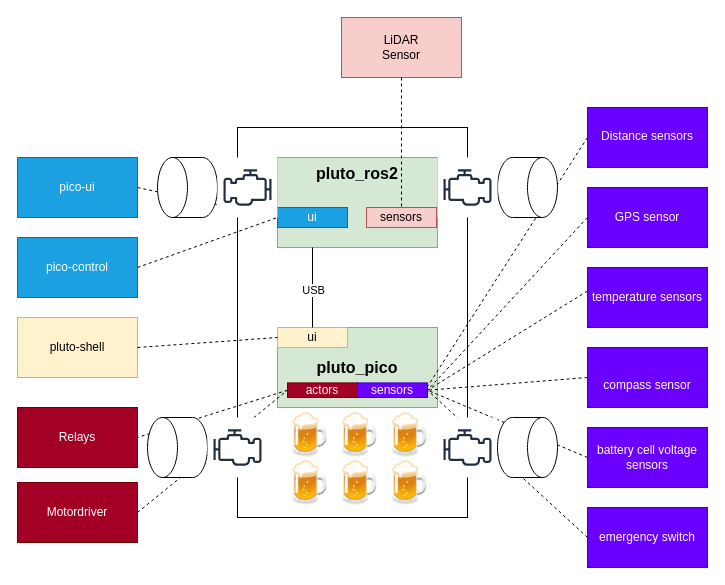
Earlier version of the draw.io diagram page "Pluto_ros2" (1 of 3) of docs/pluto_pico.drawio (jruelli/pluto_docu). Source tidied: cells renumbered, new cells numbered last; positions are measured from the earlier drawing's top-left corner, leaving out a move shared by most shapes. Both pictures are drawn from the tidied source at 100%, with x=0, y=0 at pixel (17, 17).
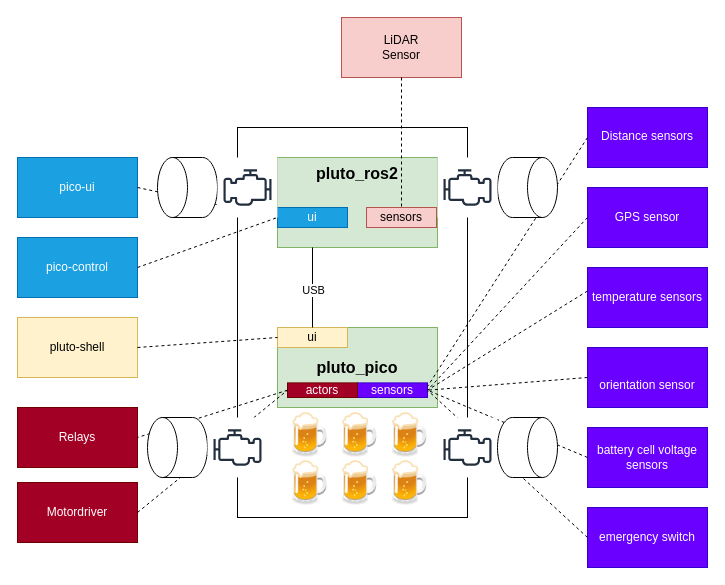
The same diagram, later.

Commit message (it also covers changes not shown here):
replace compass sensor with bno055

The edit, as a diff of the source:
```diff
@@
-    <mxCell id="22" value="&lt;div class=&quot;line-block&quot;&gt;&lt;br&gt;&lt;div class=&quot;line&quot;&gt;compass sensor&lt;/div&gt;&lt;/div&gt;" style="rounded=0;whiteSpace=wrap;html=1;fillColor=#6a00ff;strokeColor=#3700CC;fontColor=#ffffff;" parent="1" vertex="1">
+    <mxCell id="22" value="&lt;div class=&quot;line-block&quot;&gt;&lt;br&gt;&lt;div class=&quot;line&quot;&gt;orientation sensor&lt;/div&gt;&lt;/div&gt;" style="rounded=0;whiteSpace=wrap;html=1;fillColor=#6a00ff;strokeColor=#3700CC;fontColor=#ffffff;" parent="1" vertex="1">
       <mxGeometry x="570" y="330" width="120" height="60" as="geometry" />
     </mxCell>
```
